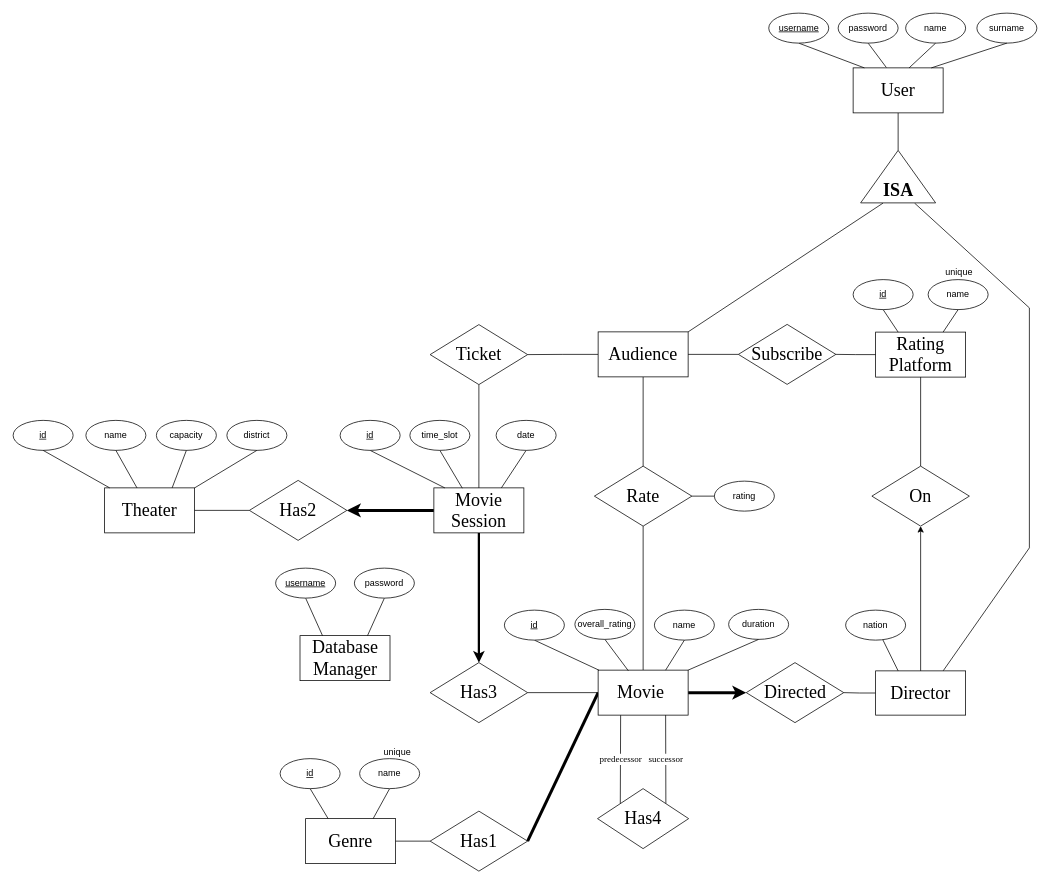
Earlier version of the draw.io diagram project1/work/er.drawio (bahadirgezer/cmpe321). Source tidied: cells renumbered, new cells numbered last; positions are measured from the earlier drawing's top-left corner, leaving out a move shared by most shapes. Both pictures are drawn from the tidied source at 75%, with x=0, y=0 at pixel (13, 13).
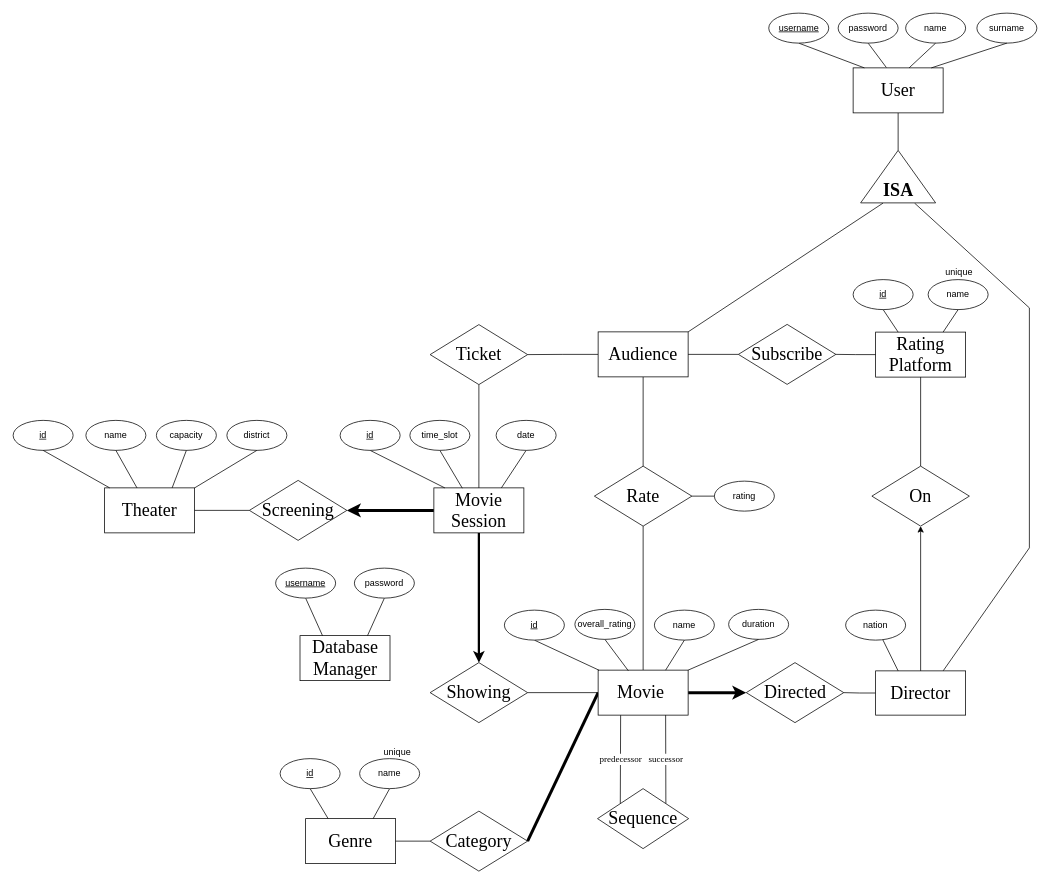
After the change.

The edit, as a diff of the source:
```diff
@@
-    <mxCell id="34" value="&lt;font style=&quot;font-size: 24px;&quot; face=&quot;Times New Roman&quot;&gt;Has1&lt;/font&gt;" style="rhombus;whiteSpace=wrap;html=1;" parent="1" vertex="1">
+    <mxCell id="34" value="&lt;font style=&quot;font-size: 24px;&quot; face=&quot;Times New Roman&quot;&gt;Category&lt;/font&gt;" style="rhombus;whiteSpace=wrap;html=1;" parent="1" vertex="1">
       <mxGeometry x="556" y="1064" width="130" height="80" as="geometry" />
     </mxCell>
@@
-    <mxCell id="47" value="&lt;font style=&quot;font-size: 24px;&quot; face=&quot;Times New Roman&quot;&gt;Has2&lt;/font&gt;" style="rhombus;whiteSpace=wrap;html=1;" parent="1" vertex="1">
+    <mxCell id="47" value="&lt;font style=&quot;font-size: 24px;&quot; face=&quot;Times New Roman&quot;&gt;Screening&lt;/font&gt;" style="rhombus;whiteSpace=wrap;html=1;" parent="1" vertex="1">
       <mxGeometry x="315" y="623" width="130" height="80" as="geometry" />
     </mxCell>
@@
-    <mxCell id="64" value="&lt;font size=&quot;5&quot; face=&quot;Times New Roman&quot;&gt;Has3&lt;/font&gt;" style="rhombus;whiteSpace=wrap;html=1;" parent="1" vertex="1">
+    <mxCell id="64" value="&lt;font size=&quot;5&quot; face=&quot;Times New Roman&quot;&gt;Showing&lt;/font&gt;" style="rhombus;whiteSpace=wrap;html=1;" parent="1" vertex="1">
       <mxGeometry x="556" y="866" width="130" height="80" as="geometry" />
     </mxCell>
@@
-    <mxCell id="67" value="&lt;font size=&quot;5&quot; face=&quot;Times New Roman&quot;&gt;Has4&lt;/font&gt;" style="rhombus;whiteSpace=wrap;html=1;" parent="1" vertex="1">
+    <mxCell id="67" value="&lt;font size=&quot;5&quot; face=&quot;Times New Roman&quot;&gt;Sequence&lt;/font&gt;" style="rhombus;whiteSpace=wrap;html=1;" parent="1" vertex="1">
       <mxGeometry x="779.2" y="1034" width="121.5" height="80" as="geometry" />
     </mxCell>
```
